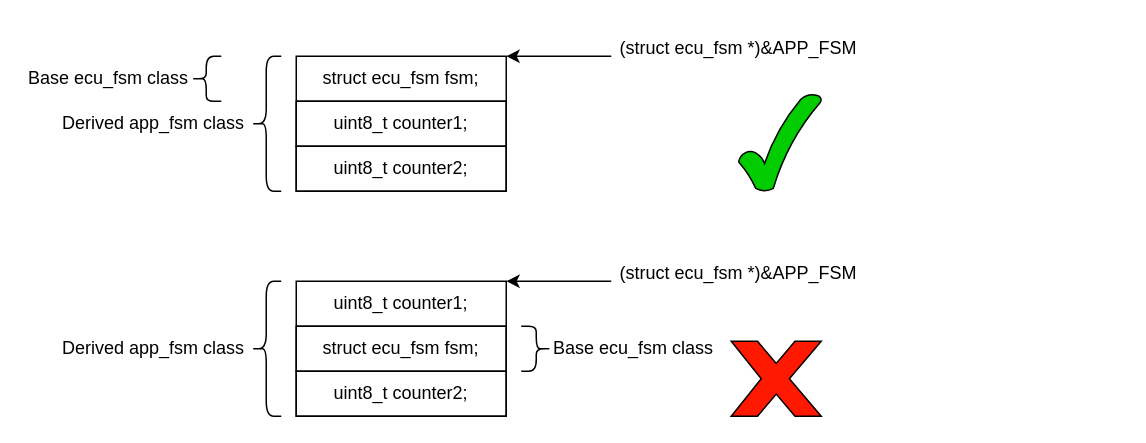
Before: page "fsm_representation" (1 of 5) of doc/images/fsm/fsm.drawio in ress059/ecu, a draw.io diagram. Source tidied: cells renumbered, new cells numbered last; positions are measured from the earlier drawing's top-left corner, leaving out a move shared by most shapes. Both pictures are drawn from the tidied source at 150%, with x=0, y=0 at pixel (26, 26).
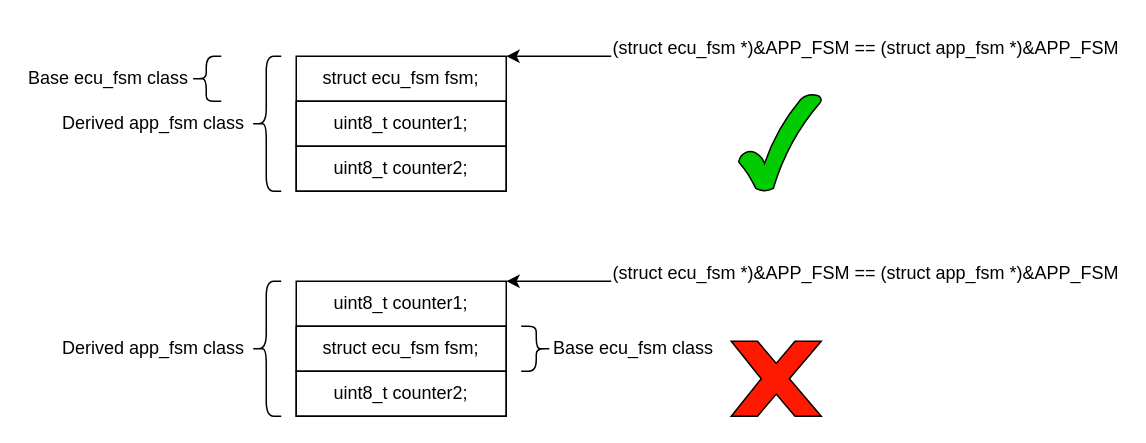
Above is the later version.

Change to the diagram source:
```diff
@@
-    <mxCell id="6" value="(struct ecu_fsm *)&amp;amp;APP_FSM" style="text;html=1;strokeColor=none;fillColor=none;align=center;verticalAlign=middle;whiteSpace=wrap;rounded=0;" parent="1" vertex="1">
-      <mxGeometry x="390" width="170" height="30" as="geometry" />
+    <mxCell id="6" value="(struct ecu_fsm *)&amp;amp;APP_FSM == (struct app_fsm *)&amp;amp;APP_FSM" style="text;html=1;strokeColor=none;fillColor=none;align=center;verticalAlign=middle;whiteSpace=wrap;rounded=0;" parent="1" vertex="1">
+      <mxGeometry x="390" width="340" height="30" as="geometry" />
     </mxCell>
@@
-    <mxCell id="21" value="(struct ecu_fsm *)&amp;amp;APP_FSM" style="text;html=1;strokeColor=none;fillColor=none;align=center;verticalAlign=middle;whiteSpace=wrap;rounded=0;" parent="1" vertex="1">
-      <mxGeometry x="390" y="150" width="170" height="30" as="geometry" />
-    </mxCell>
+    <mxCell id="22" value="(struct ecu_fsm *)&amp;amp;APP_FSM == (struct app_fsm *)&amp;amp;APP_FSM" style="text;html=1;strokeColor=none;fillColor=none;align=center;verticalAlign=middle;whiteSpace=wrap;rounded=0;" parent="1" vertex="1">
+      <mxGeometry x="390" y="150" width="340" height="30" as="geometry" />
+    </mxCell>
```
